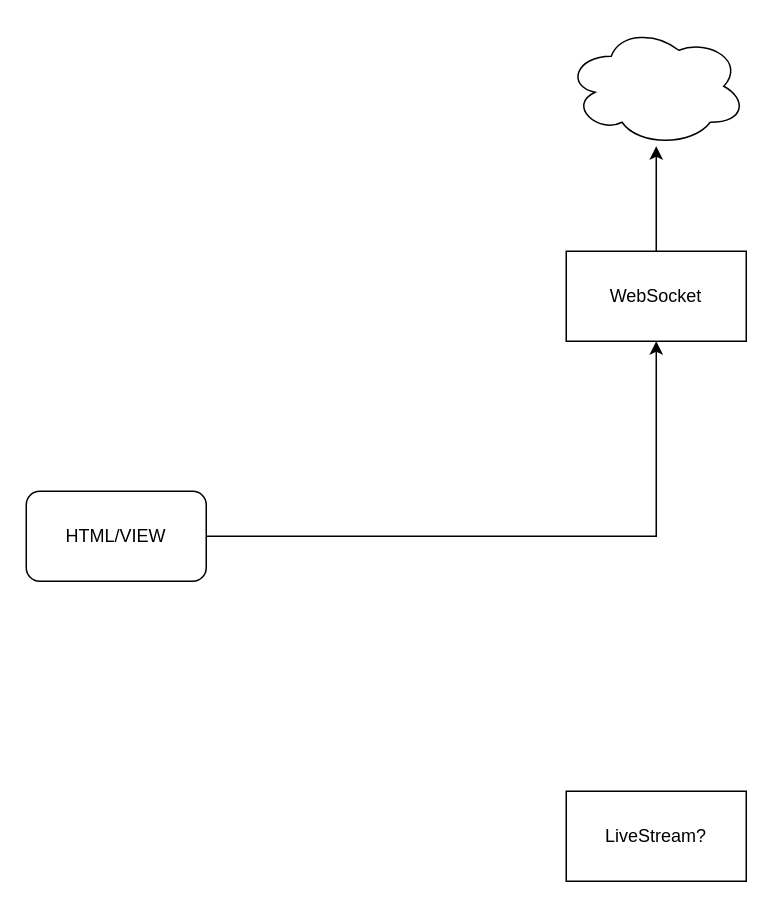
Above: page "Webpage" (2 of 6) of ErisPlayer_Documentation.drawio in Eris-Television/Eris-Player (draw.io), before the change. Source tidied: cells renumbered, new cells numbered last; positions are measured from the earlier drawing's top-left corner, leaving out a move shared by most shapes. Both pictures are drawn from the tidied source at 150%, with x=0, y=0 at pixel (26, 26).
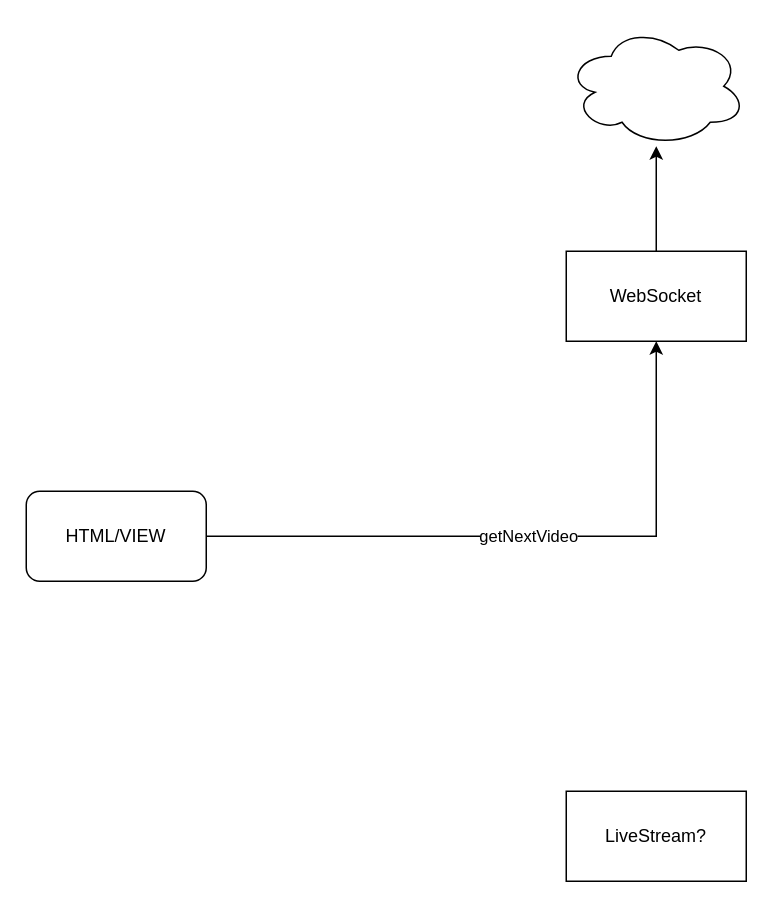
The same page after the edit.

Change to the diagram source:
```diff
@@
 <mxGraphModel>
   <root>
     <mxCell id="0" />
     <mxCell id="1" parent="0" />
-    <mxCell id="2" style="edgeStyle=orthogonalEdgeStyle;rounded=0;jettySize=auto;html=1;entryX=0.5;entryY=1;entryDx=0;entryDy=0;" parent="1" edge="1" source="3" target="5">
+    <mxCell id="2" value="getNextVideo" style="edgeStyle=orthogonalEdgeStyle;rounded=0;jettySize=auto;html=1;entryX=0.5;entryY=1;entryDx=0;entryDy=0;" parent="1" edge="1" source="3" target="5">
       <mxGeometry relative="1" as="geometry" />
     </mxCell>
     <mxCell id="3" value="HTML/VIEW" style="rounded=1;whiteSpace=wrap;html=1;" parent="1" vertex="1">
       <mxGeometry y="310" width="120" height="60" as="geometry" />
     </mxCell>
     <mxCell id="4" style="edgeStyle=orthogonalEdgeStyle;rounded=0;jettySize=auto;html=1;" parent="1" edge="1" source="5" target="6">
       <mxGeometry relative="1" as="geometry" />
     </mxCell>
     <mxCell id="5" value="WebSocket" style="rounded=0;whiteSpace=wrap;html=1;" parent="1" vertex="1">
       <mxGeometry x="360" y="150" width="120" height="60" as="geometry" />
     </mxCell>
     <mxCell id="6" style="ellipse;shape=cloud;whiteSpace=wrap;html=1;" parent="1" vertex="1">
       <mxGeometry x="360" width="120" height="80" as="geometry" />
     </mxCell>
     <mxCell id="7" value="LiveStream?" style="rounded=0;whiteSpace=wrap;html=1;" parent="1" vertex="1">
       <mxGeometry x="360" y="510" width="120" height="60" as="geometry" />
     </mxCell>
   </root>
 </mxGraphModel>
```
